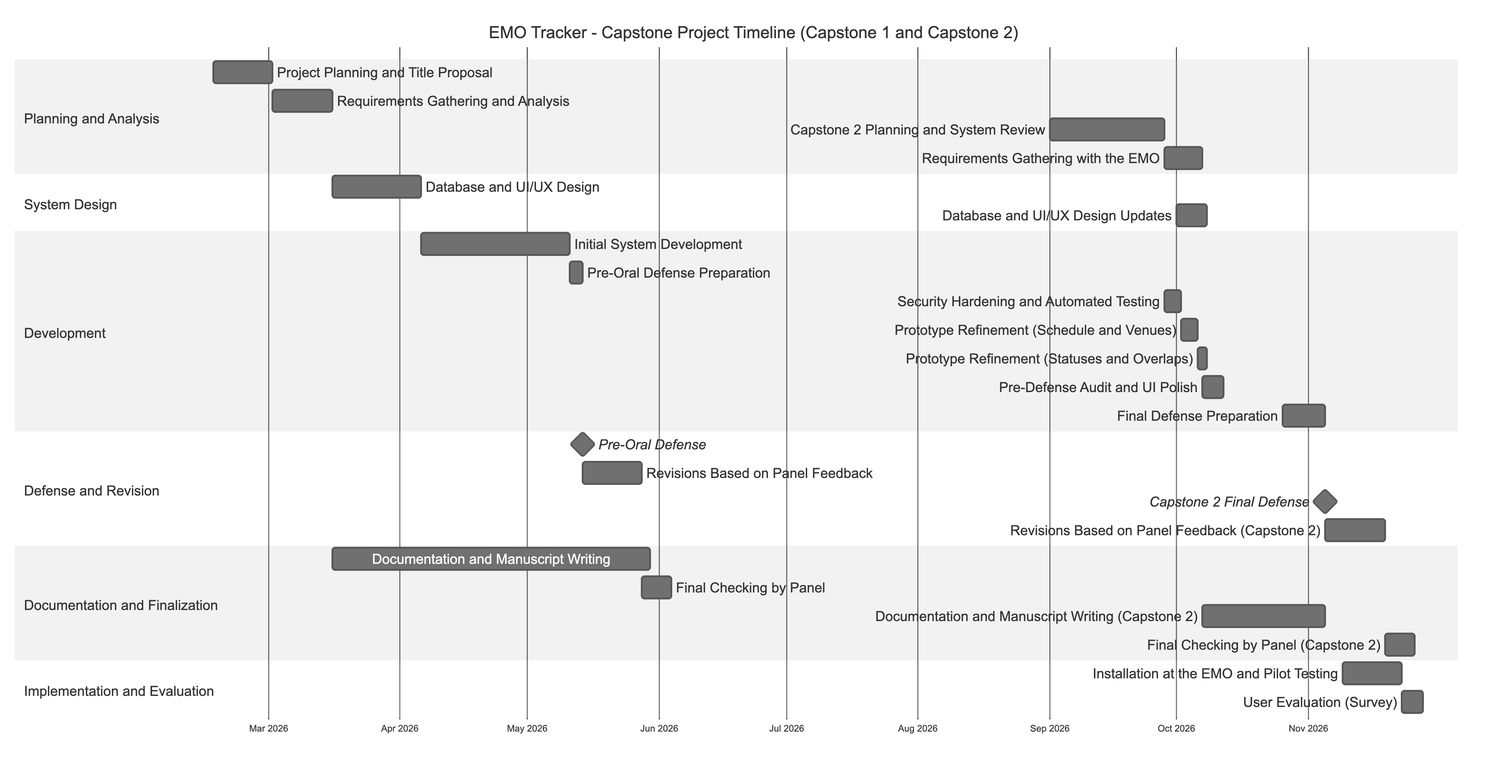
Before: docs/paper/diagrams/gantt-chart.png, a diagram exported from Mermaid (XyroneKyleYlanan/EMO-Tracker). Its source is kept beside it as docs/paper/diagrams/src/gantt-chart.mmd.
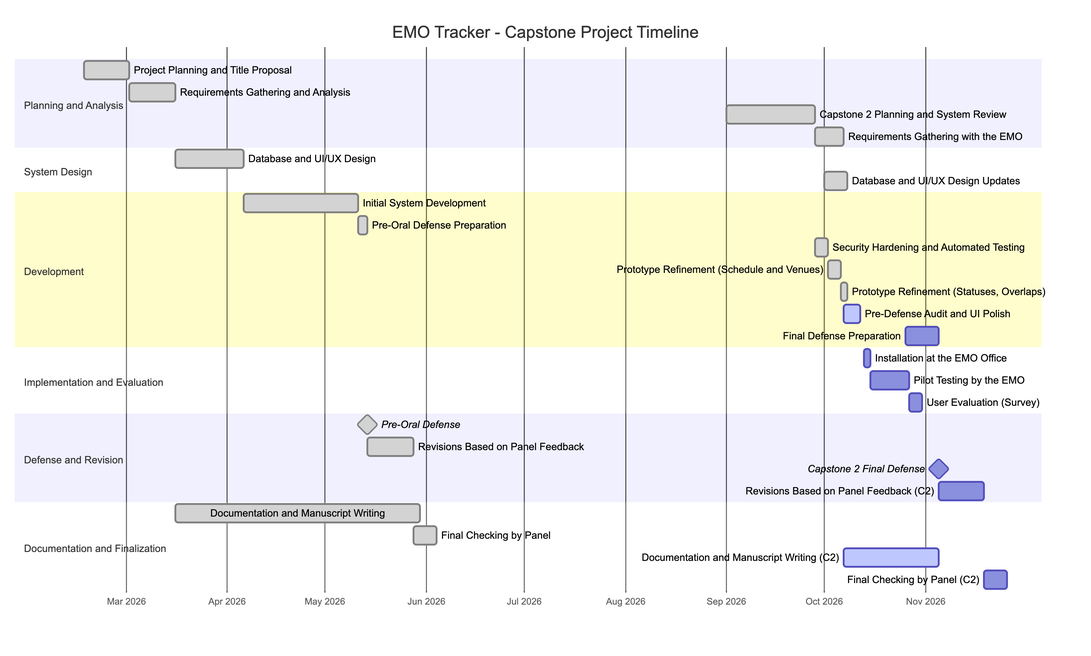
After the change.

Commit message:
Gantt chart in the template style; installation and pilot before the defense

Diff of the diagram source:
```diff
@@ -1,45 +1,39 @@
 ---
 config:
-  gantt:
-    useWidth: 1600
-    barHeight: 24
-    barGap: 7
-    fontSize: 15
-    sectionFontSize: 15
-    leftPadding: 215
+  theme: default
 ---
 gantt
-    title EMO Tracker - Capstone Project Timeline (Capstone 1 and Capstone 2)
+    title EMO Tracker - Capstone Project Timeline
     dateFormat YYYY-MM-DD
     axisFormat %b %Y
-    tickInterval 1month
     todayMarker off
     section Planning and Analysis
-    Project Planning and Title Proposal              :c1p1, 2026-02-16, 2026-03-02
-    Requirements Gathering and Analysis              :c1p2, 2026-03-02, 2026-03-16
-    Capstone 2 Planning and System Review            :c2p1, 2026-09-01, 2026-09-28
-    Requirements Gathering with the EMO              :c2p2, 2026-09-28, 2026-10-07
+        Project Planning and Title Proposal        :done, c1plan, 2026-02-16, 14d
+        Requirements Gathering and Analysis        :done, c1reqs, after c1plan, 14d
+        Capstone 2 Planning and System Review      :done, c2plan, 2026-09-01, 27d
+        Requirements Gathering with the EMO        :done, c2reqs, after c2plan, 9d
     section System Design
-    Database and UI/UX Design                        :c1d1, 2026-03-16, 2026-04-06
-    Database and UI/UX Design Updates                :c2d1, 2026-10-01, 2026-10-08
+        Database and UI/UX Design                  :done, c1design, after c1reqs, 21d
+        Database and UI/UX Design Updates          :done, c2design, 2026-10-01, 7d
     section Development
-    Initial System Development                       :c1v1, 2026-04-06, 2026-05-11
-    Pre-Oral Defense Preparation                     :c1v2, 2026-05-11, 2026-05-14
-    Security Hardening and Automated Testing         :c2v1, 2026-09-28, 2026-10-02
-    Prototype Refinement (Schedule and Venues)       :c2v2, 2026-10-02, 2026-10-06
-    Prototype Refinement (Statuses and Overlaps)     :c2v3, 2026-10-06, 2026-10-08
-    Pre-Defense Audit and UI Polish                  :c2v4, 2026-10-07, 2026-10-12
-    Final Defense Preparation                        :c2v5, 2026-10-26, 2026-11-05
+        Initial System Development                 :done, c1dev, after c1design, 35d
+        Pre-Oral Defense Preparation               :done, c1prep, after c1dev, 3d
+        Security Hardening and Automated Testing   :done, c2sec, 2026-09-28, 4d
+        Prototype Refinement (Schedule and Venues) :done, c2round1, after c2sec, 4d
+        Prototype Refinement (Statuses, Overlaps)  :done, c2round2, after c2round1, 2d
+        Pre-Defense Audit and UI Polish            :active, c2audit, 2026-10-07, 5d
+        Final Defense Preparation                  :c2prep, 2026-10-26, 10d
+    section Implementation and Evaluation
+        Installation at the EMO Office             :c2install, 2026-10-13, 2d
+        Pilot Testing by the EMO                   :c2pilot, after c2install, 12d
+        User Evaluation (Survey)                   :c2survey, after c2pilot, 4d
     section Defense and Revision
-    Pre-Oral Defense                                 :milestone, c1f1, 2026-05-14, 0d
-    Revisions Based on Panel Feedback                :c1f2, 2026-05-14, 2026-05-28
-    Capstone 2 Final Defense                         :milestone, c2f1, 2026-11-05, 0d
-    Revisions Based on Panel Feedback (Capstone 2)   :c2f2, 2026-11-05, 2026-11-19
+        Pre-Oral Defense                           :done, milestone, c1defense, after c1prep, 0d
+        Revisions Based on Panel Feedback          :done, c1rev, after c1prep, 14d
+        Capstone 2 Final Defense                   :milestone, c2defense, after c2prep, 0d
+        Revisions Based on Panel Feedback (C2)     :c2rev, after c2prep, 14d
     section Documentation and Finalization
-    Documentation and Manuscript Writing             :c1w1, 2026-03-16, 2026-05-30
-    Final Checking by Panel                          :c1w2, 2026-05-28, 2026-06-04
-    Documentation and Manuscript Writing (Capstone 2):c2w1, 2026-10-07, 2026-11-05
-    Final Checking by Panel (Capstone 2)             :c2w2, 2026-11-19, 2026-11-26
-    section Implementation and Evaluation
-    Installation at the EMO and Pilot Testing        :c2i1, 2026-11-09, 2026-11-23
-    User Evaluation (Survey)                         :c2i2, 2026-11-23, 2026-11-28
+        Documentation and Manuscript Writing       :done, c1docs, 2026-03-16, 75d
+        Final Checking by Panel                    :done, c1check, after c1rev, 7d
+        Documentation and Manuscript Writing (C2)  :active, c2docs, 2026-10-07, 29d
+        Final Checking by Panel (C2)               :c2check, after c2rev, 7d
```
